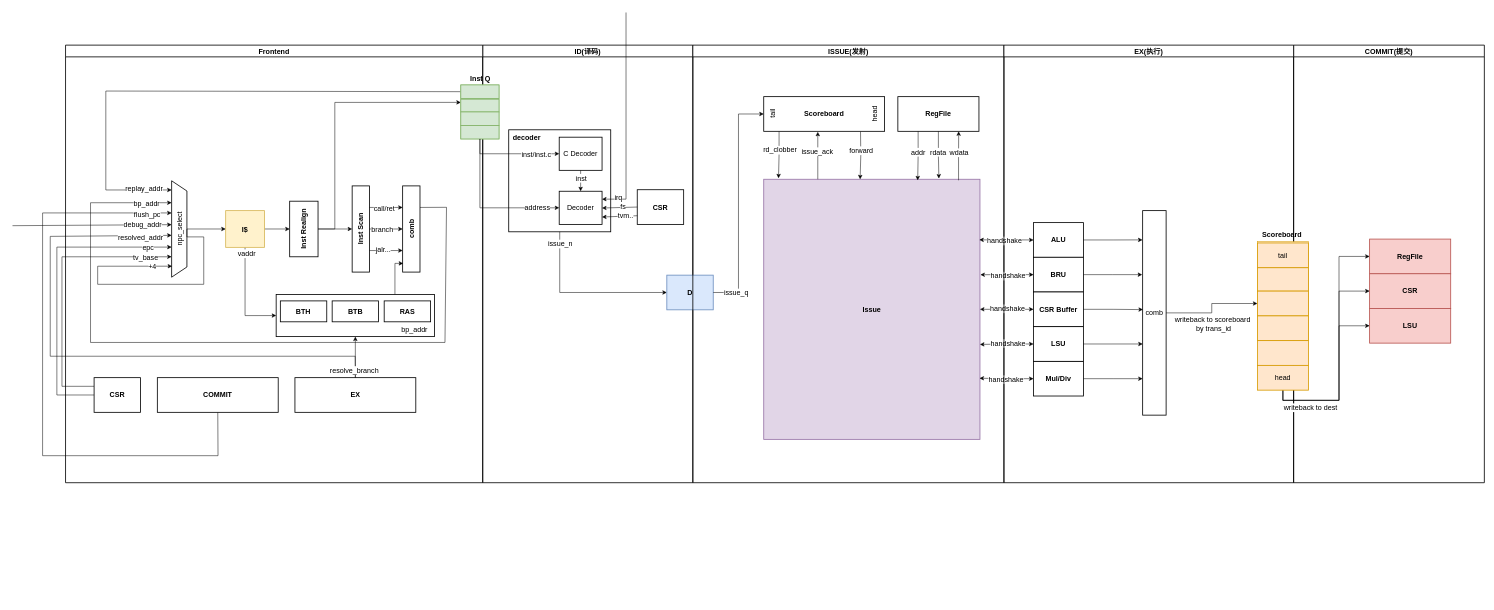
Before: cva6/cva6.drawio in arch-simulator-sig/advanced-computer-architecture, a draw.io diagram. Source tidied: cells renumbered, new cells numbered last; positions are measured from the earlier drawing's top-left corner, leaving out a move shared by most shapes. Both pictures are drawn from the tidied source at 51%, with x=0, y=0 at pixel (12, 12).
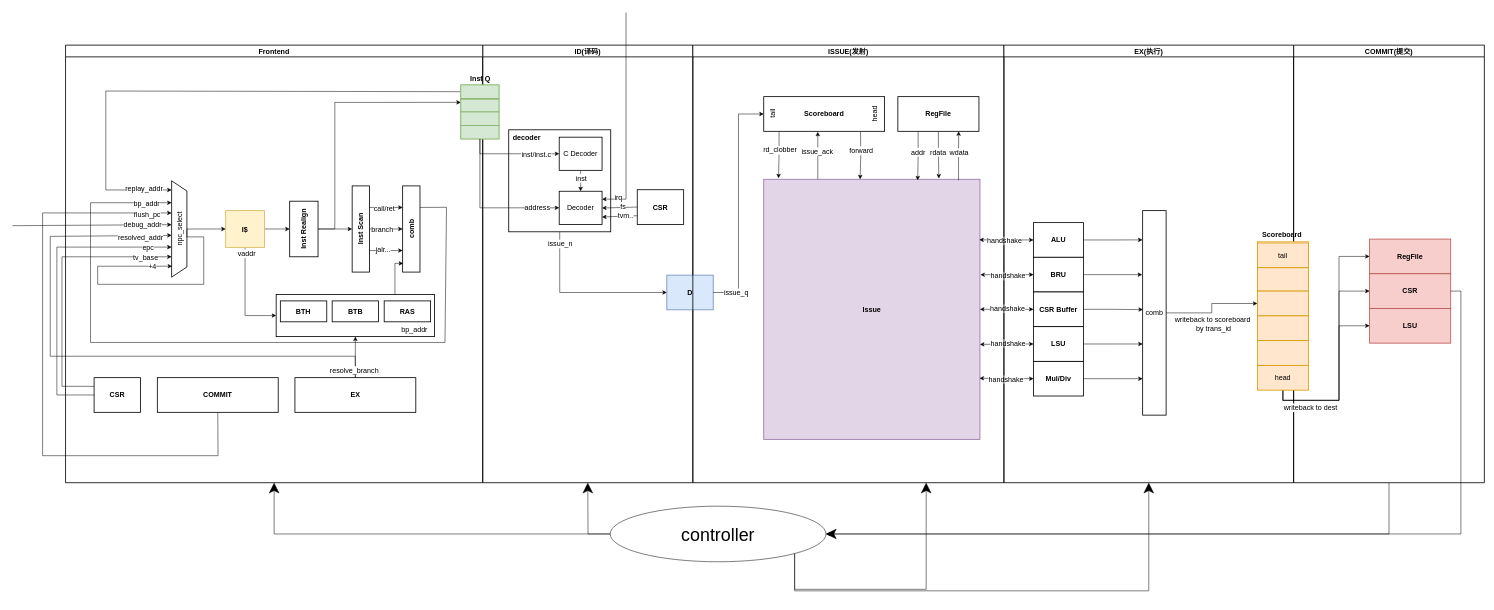
After the change.

Unchanged cells that the change refers to:
```xml
<mxCell id="2" value="COMMIT(提交)" style="swimlane;whiteSpace=wrap;html=1;rounded=0;strokeColor=default;strokeWidth=1.6;fontFamily=Helvetica;fontSize=14;fontColor=default;fillColor=default;" parent="1" vertex="1">
  <mxGeometry x="2512" y="64" width="374" height="858" as="geometry" />
</mxCell>
<mxCell id="4" value="&lt;h6&gt;&lt;span style=&quot;font-size: 14px;&quot;&gt;CSR&lt;/span&gt;&lt;/h6&gt;" style="rounded=0;whiteSpace=wrap;html=1;strokeWidth=1.6;fillColor=#f8cecc;strokeColor=#b85450;" parent="2" vertex="1">
  <mxGeometry x="149" y="448.3" width="159" height="68" as="geometry" />
</mxCell>
<mxCell id="19" value="ISSUE(发射)" style="swimlane;whiteSpace=wrap;html=1;rounded=0;strokeColor=default;strokeWidth=1.6;fontFamily=Helvetica;fontSize=14;fontColor=default;fillColor=default;" parent="1" vertex="1">
  <mxGeometry x="1334" y="64" width="610" height="858" as="geometry" />
</mxCell>
<mxCell id="31" value="Frontend" style="swimlane;whiteSpace=wrap;html=1;rounded=0;strokeColor=default;strokeWidth=1.6;fontFamily=Helvetica;fontSize=14;fontColor=default;fillColor=default;" parent="1" vertex="1">
  <mxGeometry x="104" y="64" width="818" height="858" as="geometry" />
</mxCell>
<mxCell id="115" value="EX(执行)" style="swimlane;whiteSpace=wrap;html=1;rounded=0;strokeColor=default;strokeWidth=1.6;fontFamily=Helvetica;fontSize=14;fontColor=default;fillColor=default;" parent="1" vertex="1">
  <mxGeometry x="1944" y="64" width="568" height="858" as="geometry" />
</mxCell>
```

Diff of the diagram source:
```diff
@@
+    <mxCell id="137" style="edgeStyle=orthogonalEdgeStyle;rounded=0;jettySize=auto;html=1;exitX=0.5;exitY=1;exitDx=0;exitDy=0;entryX=1;entryY=0.5;entryDx=0;entryDy=0;" parent="1" edge="1" source="2" target="142">
+      <mxGeometry relative="1" as="geometry" />
+    </mxCell>
@@
+    <mxCell id="138" style="edgeStyle=orthogonalEdgeStyle;rounded=0;jettySize=auto;html=1;exitX=0;exitY=0.5;exitDx=0;exitDy=0;entryX=0.5;entryY=1;entryDx=0;entryDy=0;endSize=18;" parent="1" edge="1" source="142" target="31">
+      <mxGeometry relative="1" as="geometry" />
+    </mxCell>
+    <mxCell id="139" style="edgeStyle=orthogonalEdgeStyle;rounded=0;jettySize=auto;html=1;exitX=0;exitY=0.5;exitDx=0;exitDy=0;endSize=18;" parent="1" edge="1" source="142">
+      <mxGeometry relative="1" as="geometry">
+        <mxPoint x="1128" y="922" as="targetPoint" />
+      </mxGeometry>
+    </mxCell>
+    <mxCell id="140" style="edgeStyle=orthogonalEdgeStyle;rounded=0;jettySize=auto;html=1;exitX=1;exitY=1;exitDx=0;exitDy=0;entryX=0.75;entryY=1;entryDx=0;entryDy=0;endSize=18;" parent="1" edge="1" source="142" target="19">
+      <mxGeometry relative="1" as="geometry">
+        <Array as="points">
+          <mxPoint x="1533" y="1131" />
+          <mxPoint x="1791" y="1131" />
+        </Array>
+      </mxGeometry>
+    </mxCell>
+    <mxCell id="141" style="edgeStyle=orthogonalEdgeStyle;rounded=0;jettySize=auto;html=1;exitX=1;exitY=1;exitDx=0;exitDy=0;entryX=0.5;entryY=1;entryDx=0;entryDy=0;endSize=18;" parent="1" edge="1" source="142" target="115">
+      <mxGeometry relative="1" as="geometry">
+        <Array as="points">
+          <mxPoint x="1533" y="1134" />
+          <mxPoint x="2228" y="1134" />
+        </Array>
+      </mxGeometry>
+    </mxCell>
+    <mxCell id="142" value="&lt;font style=&quot;font-size: 35px;&quot;&gt;controller&lt;/font&gt;" style="ellipse;whiteSpace=wrap;html=1;" parent="1" vertex="1">
+      <mxGeometry x="1172" y="968" width="423" height="109" as="geometry" />
+    </mxCell>
+    <mxCell id="143" style="edgeStyle=orthogonalEdgeStyle;rounded=0;jettySize=auto;html=1;exitX=1;exitY=0.5;exitDx=0;exitDy=0;entryX=1;entryY=0.5;entryDx=0;entryDy=0;endSize=18;" parent="1" edge="1" source="4" target="142">
+      <mxGeometry relative="1" as="geometry" />
+    </mxCell>
```
